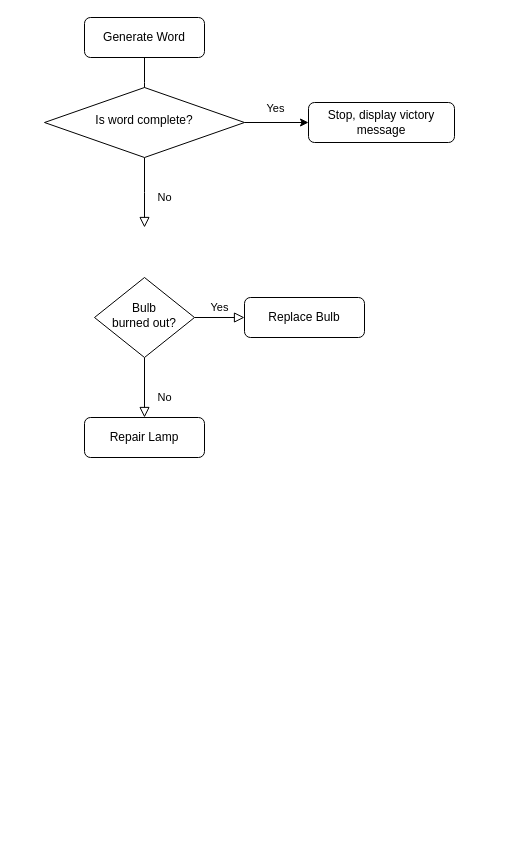
This is Untitled Diagram.drawio from technodactyl/hangman, a draw.io file, before an edit. Source tidied: cells renumbered, new cells numbered last; positions are measured from the earlier drawing's top-left corner, leaving out a move shared by most shapes. Both pictures are drawn from the tidied source at 100%, with x=0, y=0 at pixel (44, 17).
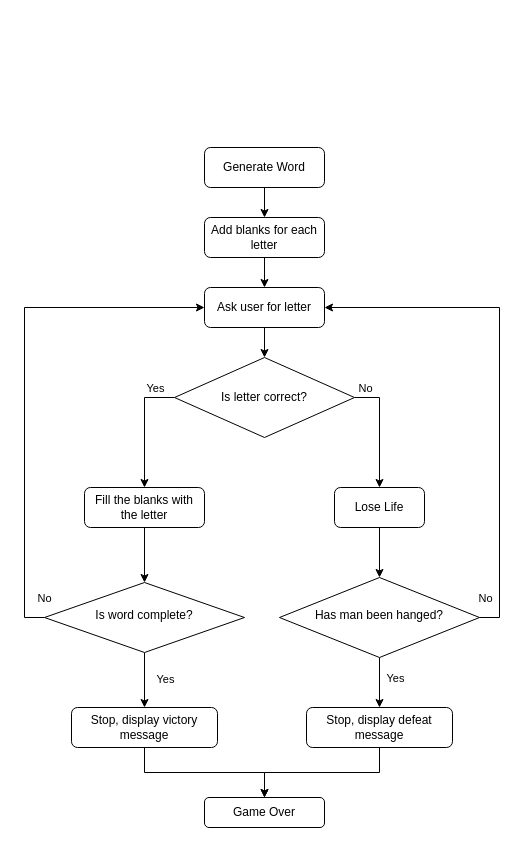
After the change.

What changed in the source:
```diff
@@
-    <mxCell id="2" style="rounded=0;html=1;jettySize=auto;fontSize=11;endArrow=block;endFill=0;endSize=8;strokeWidth=1;shadow=0;labelBackgroundColor=none;edgeStyle=orthogonalEdgeStyle;" parent="1" edge="1" source="3">
-      <mxGeometry relative="1" as="geometry">
-        <mxPoint x="100" y="90" as="targetPoint" />
-      </mxGeometry>
-    </mxCell>
+    <mxCell id="14" style="edgeStyle=orthogonalEdgeStyle;rounded=0;jettySize=auto;html=1;entryX=0.5;entryY=0;entryDx=0;entryDy=0;endArrow=classic;endFill=1;" parent="1" edge="1" source="3" target="33">
+      <mxGeometry relative="1" as="geometry" />
+    </mxCell>
     <mxCell id="3" value="Generate Word" style="rounded=1;whiteSpace=wrap;html=1;fontSize=12;glass=0;strokeWidth=1;shadow=0;" parent="1" vertex="1">
-      <mxGeometry x="40" width="120" height="40" as="geometry" />
+      <mxGeometry x="160" y="130" width="120" height="40" as="geometry" />
     </mxCell>
-    <mxCell id="4" value="No" style="rounded=0;html=1;jettySize=auto;fontSize=11;endArrow=block;endFill=0;endSize=8;strokeWidth=1;shadow=0;labelBackgroundColor=none;edgeStyle=orthogonalEdgeStyle;" parent="1" edge="1" source="7">
-      <mxGeometry x="0.14" y="20" relative="1" as="geometry">
-        <mxPoint x="100" y="210" as="targetPoint" />
-      </mxGeometry>
-    </mxCell>
-    <mxCell id="5" style="edgeStyle=orthogonalEdgeStyle;rounded=0;jettySize=auto;html=1;exitX=1;exitY=0.5;exitDx=0;exitDy=0;entryX=0;entryY=0.5;entryDx=0;entryDy=0;" parent="1" edge="1" source="7" target="13">
+    <mxCell id="5" style="edgeStyle=orthogonalEdgeStyle;rounded=0;jettySize=auto;html=1;entryX=0.5;entryY=0;entryDx=0;entryDy=0;endArrow=classic;endFill=1;" parent="1" edge="1" source="7" target="13">
       <mxGeometry relative="1" as="geometry" />
     </mxCell>
-    <mxCell id="6" value="Yes" style="edgeLabel;html=1;align=center;verticalAlign=middle;" parent="5" vertex="1">
-      <mxGeometry x="0.06" y="-3" relative="1" as="geometry">
-        <mxPoint x="-4" y="-18" as="offset" />
-      </mxGeometry>
-    </mxCell>
+    <mxCell id="15" value="Yes" style="edgeLabel;html=1;align=center;verticalAlign=middle;" parent="5" vertex="1">
+      <mxGeometry x="-0.05" y="-3" relative="1" as="geometry">
+        <mxPoint x="23" as="offset" />
+      </mxGeometry>
+    </mxCell>
+    <mxCell id="16" style="edgeStyle=orthogonalEdgeStyle;rounded=0;jettySize=auto;html=1;exitX=1;exitY=0.5;exitDx=0;exitDy=0;entryX=0;entryY=0.5;entryDx=0;entryDy=0;endArrow=classic;endFill=1;" parent="1" edge="1" source="7" target="11">
+      <mxGeometry relative="1" as="geometry" />
+    </mxCell>
+    <mxCell id="17" value="No" style="edgeLabel;html=1;align=center;verticalAlign=middle;" parent="16" vertex="1">
+      <mxGeometry x="-0.97" y="1" relative="1" as="geometry">
+        <mxPoint x="7" y="-21" as="offset" />
+      </mxGeometry>
+    </mxCell>
-    <mxCell id="7" value="Is word complete?" style="rhombus;whiteSpace=wrap;html=1;shadow=0;fontFamily=Helvetica;fontSize=12;align=center;strokeWidth=1;spacing=6;spacingTop=-4;" parent="1" vertex="1">
-      <mxGeometry y="70" width="200" height="70" as="geometry" />
+    <mxCell id="7" value="Is word complete?" style="rhombus;whiteSpace=wrap;html=1;shadow=0;fontFamily=Helvetica;fontSize=12;align=center;strokeWidth=1;spacing=6;spacingTop=-4;direction=west;" parent="1" vertex="1">
+      <mxGeometry y="565" width="200" height="70" as="geometry" />
     </mxCell>
+    <mxCell id="9" style="edgeStyle=orthogonalEdgeStyle;rounded=0;jettySize=auto;html=1;entryX=0.5;entryY=0;entryDx=0;entryDy=0;endArrow=classic;endFill=1;" parent="1" edge="1" source="10" target="12">
+      <mxGeometry relative="1" as="geometry" />
+    </mxCell>
+    <mxCell id="18" value="Yes" style="edgeLabel;html=1;align=center;verticalAlign=middle;" parent="9" vertex="1">
+      <mxGeometry x="-0.48" y="2" relative="1" as="geometry">
+        <mxPoint x="13" y="7" as="offset" />
+      </mxGeometry>
+    </mxCell>
-    <mxCell id="8" value="No" style="rounded=0;html=1;jettySize=auto;fontSize=11;endArrow=block;endFill=0;endSize=8;strokeWidth=1;shadow=0;labelBackgroundColor=none;edgeStyle=orthogonalEdgeStyle;" parent="1" edge="1" source="10" target="11">
-      <mxGeometry x="0.33" y="20" relative="1" as="geometry" />
+    <mxCell id="8" style="edgeStyle=orthogonalEdgeStyle;rounded=0;jettySize=auto;html=1;exitX=1;exitY=0.5;exitDx=0;exitDy=0;entryX=1;entryY=0.5;entryDx=0;entryDy=0;endArrow=classic;endFill=1;" parent="1" edge="1" source="10" target="11">
+      <mxGeometry relative="1" as="geometry" />
     </mxCell>
-    <mxCell id="9" value="Yes" style="edgeStyle=orthogonalEdgeStyle;rounded=0;html=1;jettySize=auto;fontSize=11;endArrow=block;endFill=0;endSize=8;strokeWidth=1;shadow=0;labelBackgroundColor=none;" parent="1" edge="1" source="10" target="12">
-      <mxGeometry y="10" relative="1" as="geometry" />
-    </mxCell>
+    <mxCell id="19" value="No" style="edgeLabel;html=1;align=center;verticalAlign=middle;" parent="8" vertex="1">
+      <mxGeometry x="-0.94" y="-2" relative="1" as="geometry">
+        <mxPoint x="-10" y="-22" as="offset" />
+      </mxGeometry>
+    </mxCell>
-    <mxCell id="10" value="Bulb&lt;br&gt;burned out?" style="rhombus;whiteSpace=wrap;html=1;shadow=0;fontFamily=Helvetica;fontSize=12;align=center;strokeWidth=1;spacing=6;spacingTop=-4;" parent="1" vertex="1">
-      <mxGeometry x="50" y="260" width="100" height="80" as="geometry" />
+    <mxCell id="10" value="Has man been hanged?" style="rhombus;whiteSpace=wrap;html=1;shadow=0;fontFamily=Helvetica;fontSize=12;align=center;strokeWidth=1;spacing=6;spacingTop=-4;" parent="1" vertex="1">
+      <mxGeometry x="235" y="560" width="200" height="80" as="geometry" />
     </mxCell>
+    <mxCell id="20" style="edgeStyle=orthogonalEdgeStyle;rounded=0;jettySize=auto;html=1;exitX=0.5;exitY=1;exitDx=0;exitDy=0;entryX=0.5;entryY=0;entryDx=0;entryDy=0;" parent="1" edge="1" source="11" target="27">
+      <mxGeometry relative="1" as="geometry" />
+    </mxCell>
-    <mxCell id="11" value="Repair Lamp" style="rounded=1;whiteSpace=wrap;html=1;fontSize=12;glass=0;strokeWidth=1;shadow=0;" parent="1" vertex="1">
-      <mxGeometry x="40" y="400" width="120" height="40" as="geometry" />
+    <mxCell id="11" value="Ask user for letter" style="rounded=1;whiteSpace=wrap;html=1;fontSize=12;glass=0;strokeWidth=1;shadow=0;" parent="1" vertex="1">
+      <mxGeometry x="160" y="270" width="120" height="40" as="geometry" />
     </mxCell>
+    <mxCell id="21" style="edgeStyle=orthogonalEdgeStyle;rounded=0;jettySize=auto;html=1;entryX=0.5;entryY=0;entryDx=0;entryDy=0;endArrow=classic;endFill=1;" parent="1" edge="1" source="12" target="34">
+      <mxGeometry relative="1" as="geometry" />
+    </mxCell>
-    <mxCell id="12" value="Replace Bulb" style="rounded=1;whiteSpace=wrap;html=1;fontSize=12;glass=0;strokeWidth=1;shadow=0;" parent="1" vertex="1">
-      <mxGeometry x="200" y="280" width="120" height="40" as="geometry" />
+    <mxCell id="12" value="Stop, display defeat message" style="rounded=1;whiteSpace=wrap;html=1;fontSize=12;glass=0;strokeWidth=1;shadow=0;" parent="1" vertex="1">
+      <mxGeometry x="262" y="690" width="146" height="40" as="geometry" />
     </mxCell>
+    <mxCell id="22" style="edgeStyle=orthogonalEdgeStyle;rounded=0;jettySize=auto;html=1;entryX=0.5;entryY=0;entryDx=0;entryDy=0;endArrow=classic;endFill=1;" parent="1" edge="1" source="13" target="34">
+      <mxGeometry relative="1" as="geometry" />
+    </mxCell>
     <mxCell id="13" value="Stop, display victory message" style="rounded=1;whiteSpace=wrap;html=1;" parent="1" vertex="1">
-      <mxGeometry x="264" y="85" width="146" height="40" as="geometry" />
+      <mxGeometry x="27" y="690" width="146" height="40" as="geometry" />
     </mxCell>
+    <mxCell id="23" style="edgeStyle=orthogonalEdgeStyle;rounded=0;jettySize=auto;html=1;exitX=1;exitY=0.5;exitDx=0;exitDy=0;" parent="1" edge="1" source="27" target="29">
+      <mxGeometry relative="1" as="geometry" />
+    </mxCell>
+    <mxCell id="24" value="No" style="edgeLabel;html=1;align=center;verticalAlign=middle;" parent="23" vertex="1">
+      <mxGeometry x="0.1" y="3" relative="1" as="geometry">
+        <mxPoint x="-18" y="-48" as="offset" />
+      </mxGeometry>
+    </mxCell>
+    <mxCell id="25" style="edgeStyle=orthogonalEdgeStyle;rounded=0;jettySize=auto;html=1;exitX=0;exitY=0.5;exitDx=0;exitDy=0;entryX=0.5;entryY=0;entryDx=0;entryDy=0;" parent="1" edge="1" source="27" target="31">
+      <mxGeometry relative="1" as="geometry" />
+    </mxCell>
+    <mxCell id="26" value="Yes" style="edgeLabel;html=1;align=center;verticalAlign=middle;" parent="25" vertex="1">
+      <mxGeometry x="-0.2" y="2" relative="1" as="geometry">
+        <mxPoint x="8" y="-28" as="offset" />
+      </mxGeometry>
+    </mxCell>
+    <mxCell id="27" value="Is letter correct?" style="rhombus;whiteSpace=wrap;html=1;" parent="1" vertex="1">
+      <mxGeometry x="130" y="340" width="180" height="80" as="geometry" />
+    </mxCell>
+    <mxCell id="28" style="edgeStyle=orthogonalEdgeStyle;rounded=0;jettySize=auto;html=1;exitX=0.5;exitY=1;exitDx=0;exitDy=0;endArrow=classic;endFill=1;entryX=0.5;entryY=0;entryDx=0;entryDy=0;" parent="1" edge="1" source="29" target="10">
+      <mxGeometry relative="1" as="geometry" />
+    </mxCell>
+    <mxCell id="29" value="Lose Life" style="rounded=1;whiteSpace=wrap;html=1;" parent="1" vertex="1">
+      <mxGeometry x="290" y="470" width="90" height="40" as="geometry" />
+    </mxCell>
+    <mxCell id="30" style="edgeStyle=orthogonalEdgeStyle;rounded=0;jettySize=auto;html=1;exitX=0.5;exitY=1;exitDx=0;exitDy=0;entryX=0.5;entryY=1;entryDx=0;entryDy=0;endArrow=classic;endFill=1;" parent="1" edge="1" source="31" target="7">
+      <mxGeometry relative="1" as="geometry" />
+    </mxCell>
+    <mxCell id="31" value="Fill the blanks with the letter" style="rounded=1;whiteSpace=wrap;html=1;" parent="1" vertex="1">
+      <mxGeometry x="40" y="470" width="120" height="40" as="geometry" />
+    </mxCell>
+    <mxCell id="32" style="edgeStyle=orthogonalEdgeStyle;rounded=0;jettySize=auto;html=1;entryX=0.5;entryY=0;entryDx=0;entryDy=0;endArrow=classic;endFill=1;" parent="1" edge="1" source="33" target="11">
+      <mxGeometry relative="1" as="geometry" />
+    </mxCell>
+    <mxCell id="33" value="Add blanks for each letter" style="rounded=1;whiteSpace=wrap;html=1;fontSize=12;glass=0;strokeWidth=1;shadow=0;" parent="1" vertex="1">
+      <mxGeometry x="160" y="200" width="120" height="40" as="geometry" />
+    </mxCell>
+    <mxCell id="34" value="Game Over" style="rounded=1;whiteSpace=wrap;html=1;" parent="1" vertex="1">
+      <mxGeometry x="160" y="780" width="120" height="30" as="geometry" />
+    </mxCell>
```
